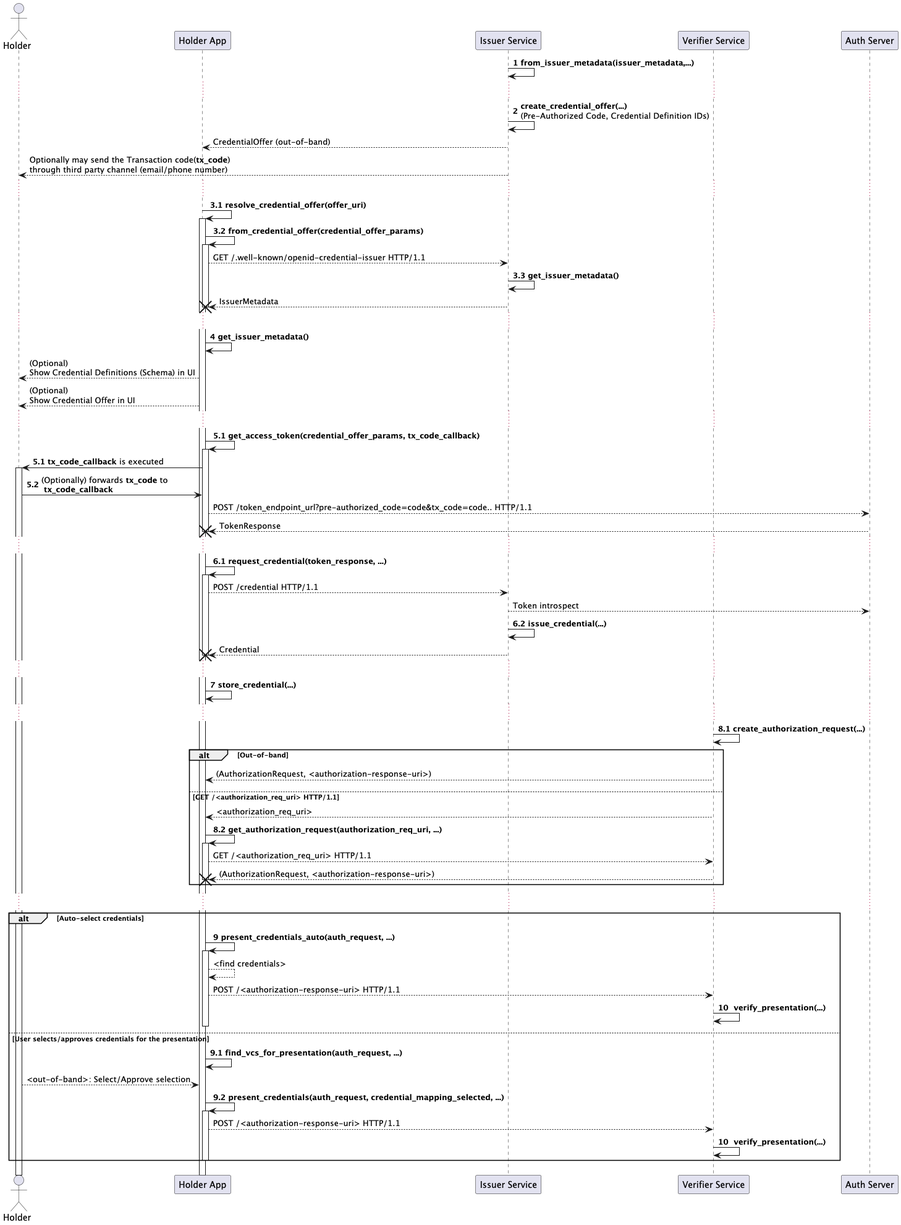
This is docs/vc-oid4vc-api-pre-auth-code-full.png from equs-ai/equs-credentials-sdk, a PlantUML export, as it was before one commit. Source of this version:
```plantuml
@startuml
!pragma teoz true

autonumber

actor "Holder" as HH
participant "Holder App" as H
participant "Issuer Service" as I
participant "Verifier Service" as V
participant "Auth Server" as A

autonumber 1
I -> I: <b>from_issuer_metadata(issuer_metadata,...)

...

autonumber 2
I -> I: <b>create_credential_offer(...)\n(Pre-Authorized Code, Credential Definition IDs)
autonumber stop
I --> H: CredentialOffer (out-of-band)
I --> HH: Optionally may send the Transaction code(<b>tx_code</b>) \nthrough third party channel (email/phone number)
...

autonumber 3.1
H -> H++: <b>resolve_credential_offer(offer_uri)
autonumber 3.2
H -> H++: <b>from_credential_offer(credential_offer_params)
autonumber stop
H --> I: GET /.well-known/openid-credential-issuer HTTP/1.1
autonumber 3.3
I -> I: <b>get_issuer_metadata()
autonumber stop
I --> H: IssuerMetadata
destroy H
...

autonumber 4
H -> H: <b>get_issuer_metadata()
autonumber stop
H --> HH: (Optional)\nShow Credential Definitions (Schema) in UI
H --> HH: (Optional)\nShow Credential Offer in UI
...

autonumber 5.1
H -> H++: <b>get_access_token(credential_offer_params, tx_code_callback)
autonumber 5.1
HH <- H++: <b>tx_code_callback</b> is executed
HH -> H: (Optionally) forwards <b>tx_code</b> to\n <b>tx_code_callback</b>

autonumber stop
H --> A: POST /token_endpoint_url?pre-authorized_code=code&tx_code=code.. HTTP/1.1
A --> H: TokenResponse
destroy H
...

autonumber 6.1
H -> H++: <b>request_credential(token_response, ...)
autonumber stop
H --> I: POST /credential HTTP/1.1
I --> A: Token introspect
autonumber 6.2
I -> I: <b>issue_credential(...)
autonumber stop
I --> H: Credential
destroy H
...

autonumber 7
H -> H: <b>store_credential(...)
...

autonumber 8.1
V -> V: <b>create_authorization_request(...)
autonumber stop

alt Out-of-band
V --> H: (AuthorizationRequest, <authorization-response-uri>)
else GET /<authorization_req_uri> HTTP/1.1
V --> H: <authorization_req_uri>
autonumber 8.2
H -> H++: <b>get_authorization_request(authorization_req_uri, ...)
autonumber stop
H --> V: GET /<authorization_req_uri> HTTP/1.1
V --> H: (AuthorizationRequest, <authorization-response-uri>)
destroy H
end
...


alt Auto-select credentials
autonumber 9
H -> H++: <b>present_credentials_auto(auth_request, ...)
autonumber stop
H --> H: <find credentials>
H --> V:  POST /<authorization-response-uri> HTTP/1.1
autonumber 10
V -> V: <b> verify_presentation(...)
destroy  H

else User selects/approves credentials for the presentation
autonumber 9.1
H -> H: <b>find_vcs_for_presentation(auth_request, ...)
autonumber stop
HH --> H: <out-of-band>: Select/Approve selection
autonumber 9.2
H -> H++: <b>present_credentials(auth_request, credential_mapping_selected, ...)
autonumber stop
H --> V:  POST /<authorization-response-uri> HTTP/1.1
autonumber 10
V -> V: <b> verify_presentation(...)
destroy  H
end


@enduml
```
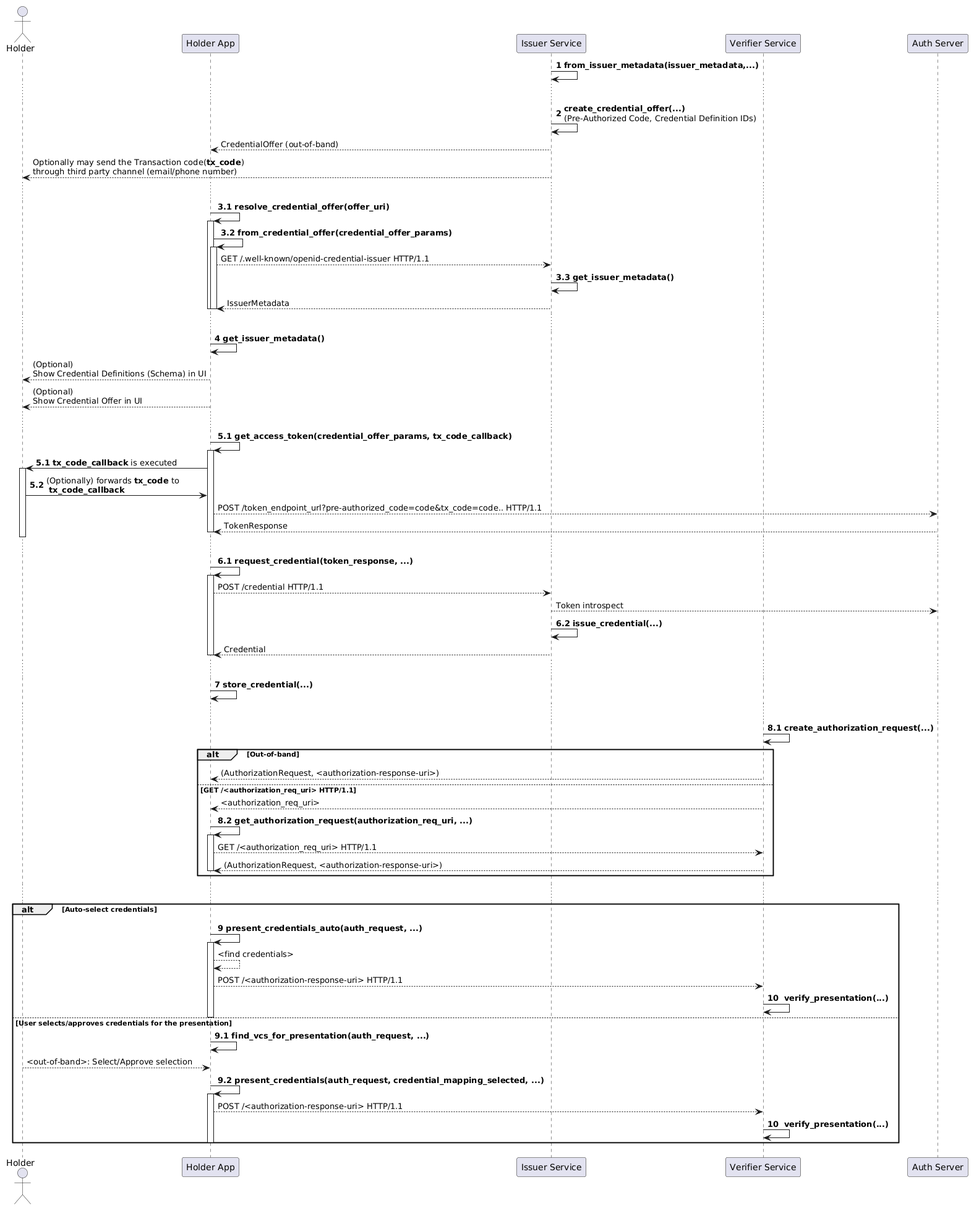
The same file after the commit.

What changed in the source:
```diff
@@ -31,7 +31,8 @@
 I -> I: <b>get_issuer_metadata()
 autonumber stop
 I --> H: IssuerMetadata
-destroy H
+deactivate H
+deactivate H
 ...
 
 autonumber 4
@@ -50,7 +51,8 @@
 autonumber stop
 H --> A: POST /token_endpoint_url?pre-authorized_code=code&tx_code=code.. HTTP/1.1
 A --> H: TokenResponse
-destroy H
+deactivate HH
+deactivate H
 ...
 
 autonumber 6.1
@@ -62,7 +64,7 @@
 I -> I: <b>issue_credential(...)
 autonumber stop
 I --> H: Credential
-destroy H
+deactivate H
 ...
 
 autonumber 7
@@ -82,7 +84,7 @@
 autonumber stop
 H --> V: GET /<authorization_req_uri> HTTP/1.1
 V --> H: (AuthorizationRequest, <authorization-response-uri>)
-destroy H
+deactivate H
 end
 ...
 
@@ -95,7 +97,7 @@
 H --> V:  POST /<authorization-response-uri> HTTP/1.1
 autonumber 10
 V -> V: <b> verify_presentation(...)
-destroy  H
+deactivate H
 
 else User selects/approves credentials for the presentation
 autonumber 9.1
@@ -108,7 +110,7 @@
 H --> V:  POST /<authorization-response-uri> HTTP/1.1
 autonumber 10
 V -> V: <b> verify_presentation(...)
-destroy  H
+deactivate H
 end
 
 
```
